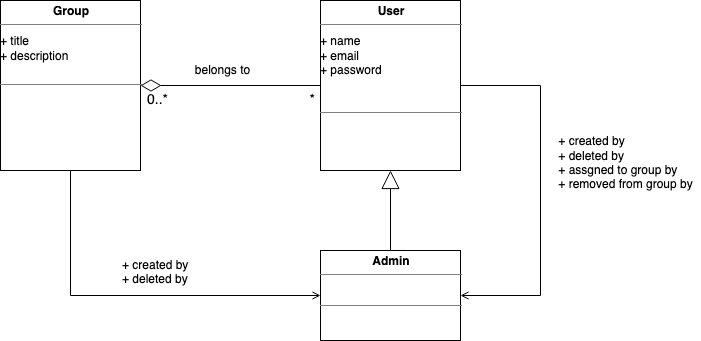
rihardsgrig/user_management_api keeps this draw.io diagram as docs/Domain_model.png. Above is the earlier version. Source tidied: cells renumbered, new cells last; positions are measured from the earlier drawing's top-left corner, leaving out a move shared by most shapes. Its diagram source:
```xml
<mxGraphModel>
  <root>
    <mxCell id="0" style="html=1;" />
    <mxCell id="1" style="html=1;" parent="0" />
    <mxCell id="2" value="&lt;p style=&quot;margin: 0px ; margin-top: 4px ; text-align: center&quot;&gt;&lt;b&gt;Group&lt;/b&gt;&lt;br&gt;&lt;/p&gt;&lt;hr size=&quot;1&quot;&gt;&lt;div style=&quot;height: 2px&quot;&gt;&lt;br&gt;&lt;/div&gt;&lt;div&gt;+ title&lt;/div&gt;&lt;div&gt;+ description&lt;/div&gt;&lt;div&gt;&lt;br&gt;&lt;/div&gt;&lt;hr size=&quot;1&quot;&gt;&lt;div style=&quot;height: 2px&quot;&gt;&lt;/div&gt;" style="verticalAlign=top;align=left;overflow=fill;fontSize=12;fontFamily=Helvetica;html=1;" parent="1" vertex="1">
      <mxGeometry width="140" height="170" as="geometry" />
    </mxCell>
    <mxCell id="3" style="endArrow=none;html=1;endSize=12;startArrow=diamondThin;startSize=18;startFill=0;edgeStyle=orthogonalEdgeStyle;entryX=0;entryY=0.5;entryDx=0;entryDy=0;exitX=1;exitY=0.5;exitDx=0;exitDy=0;endFill=0;fontSize=16;horizontal=0;" parent="1" edge="1" source="2" target="6">
      <mxGeometry relative="1" as="geometry" />
    </mxCell>
    <mxCell id="4" value="0..*" style="html=1;align=left;verticalAlign=top;labelBackgroundColor=#ffffff;fontSize=14;spacingLeft=5;" parent="3" vertex="1">
      <mxGeometry x="-1" relative="1" as="geometry" />
    </mxCell>
    <mxCell id="5" value="*" style="html=1;align=right;verticalAlign=top;labelBackgroundColor=#ffffff;fontSize=14;spacingRight=5;" parent="3" vertex="1">
      <mxGeometry x="1" relative="1" as="geometry" />
    </mxCell>
    <mxCell id="6" value="&lt;p style=&quot;margin: 0px ; margin-top: 4px ; text-align: center&quot;&gt;&lt;b&gt;User&lt;/b&gt;&lt;br&gt;&lt;/p&gt;&lt;hr size=&quot;1&quot;&gt;&lt;div style=&quot;height: 2px&quot;&gt;&lt;br&gt;&lt;/div&gt;&lt;div&gt;+ name&lt;br&gt;&lt;/div&gt;&lt;div&gt;+ email&lt;/div&gt;&lt;div&gt;+ password&lt;/div&gt;&lt;div&gt;&lt;br&gt;&lt;/div&gt;&lt;div&gt;&lt;br&gt;&lt;/div&gt;&lt;hr size=&quot;1&quot;&gt;&lt;div style=&quot;height: 2px&quot;&gt;&lt;/div&gt;" style="verticalAlign=top;align=left;overflow=fill;fontSize=12;fontFamily=Helvetica;html=1;" parent="1" vertex="1">
      <mxGeometry x="320" width="140" height="170" as="geometry" />
    </mxCell>
    <mxCell id="7" value="belongs to" style="text;html=1;align=center;verticalAlign=middle;fontSize=12;" parent="1" vertex="1">
      <mxGeometry x="186.8" y="60" width="70" height="20" as="geometry" />
    </mxCell>
    <mxCell id="8" style="endArrow=block;endSize=16;endFill=0;html=1;fontSize=12;entryX=0.5;entryY=1;entryDx=0;entryDy=0;exitX=0.5;exitY=0;exitDx=0;exitDy=0;edgeStyle=orthogonalEdgeStyle;rounded=0;" parent="1" edge="1" source="9" target="6">
      <mxGeometry relative="1" as="geometry" />
    </mxCell>
    <mxCell id="9" value="&lt;p style=&quot;margin: 0px ; margin-top: 4px ; text-align: center&quot;&gt;&lt;b&gt;Admin&lt;/b&gt;&lt;br&gt;&lt;/p&gt;&lt;hr size=&quot;1&quot;&gt;&lt;div style=&quot;height: 2px&quot;&gt;&lt;br&gt;&lt;/div&gt;&lt;div&gt;&lt;br&gt;&lt;/div&gt;&lt;hr size=&quot;1&quot;&gt;&lt;div style=&quot;height: 2px&quot;&gt;&lt;/div&gt;" style="verticalAlign=top;align=left;overflow=fill;fontSize=12;fontFamily=Helvetica;html=1;" parent="1" vertex="1">
      <mxGeometry x="320" y="250" width="140" height="90" as="geometry" />
    </mxCell>
    <mxCell id="10" style="endArrow=none;endFill=0;html=1;edgeStyle=orthogonalEdgeStyle;align=left;verticalAlign=top;fontSize=12;entryX=1;entryY=0.5;entryDx=0;entryDy=0;exitX=1;exitY=0.5;exitDx=0;exitDy=0;startArrow=open;startFill=0;rounded=0;" parent="1" edge="1" source="9" target="6">
      <mxGeometry x="-1" relative="1" as="geometry">
        <Array as="points">
          <mxPoint x="540" y="295" />
          <mxPoint x="540" y="85" />
        </Array>
      </mxGeometry>
    </mxCell>
    <mxCell id="11" value="&lt;div align=&quot;left&quot;&gt;+ created by&lt;br&gt;&lt;/div&gt;&lt;div align=&quot;left&quot;&gt;+ deleted by&lt;br&gt;&lt;/div&gt;&lt;div align=&quot;left&quot;&gt;+ assgned to group by&lt;br&gt;&lt;/div&gt;&lt;div align=&quot;left&quot;&gt;+ removed from group by&lt;br&gt;&lt;/div&gt;&lt;div&gt;&lt;br&gt;&lt;/div&gt;" style="text;html=1;align=center;verticalAlign=middle;fontSize=12;" parent="1" vertex="1">
      <mxGeometry x="550" y="130" width="150" height="80" as="geometry" />
    </mxCell>
    <mxCell id="12" style="endArrow=none;endFill=0;html=1;edgeStyle=orthogonalEdgeStyle;align=left;verticalAlign=top;fontSize=12;entryX=0.5;entryY=1;entryDx=0;entryDy=0;exitX=0;exitY=0.5;exitDx=0;exitDy=0;startArrow=open;startFill=0;rounded=0;" parent="1" edge="1" source="9" target="2">
      <mxGeometry x="-1" relative="1" as="geometry">
        <Array as="points">
          <mxPoint x="70" y="295" />
        </Array>
      </mxGeometry>
    </mxCell>
    <mxCell id="13" value="&lt;div&gt;+ created by&lt;/div&gt;&lt;div&gt;+ deleted by&lt;br&gt;&lt;/div&gt;" style="text;html=1;align=left;verticalAlign=middle;fontSize=12;" parent="1" vertex="1">
      <mxGeometry x="120" y="257" width="80" height="30" as="geometry" />
    </mxCell>
  </root>
</mxGraphModel>
```
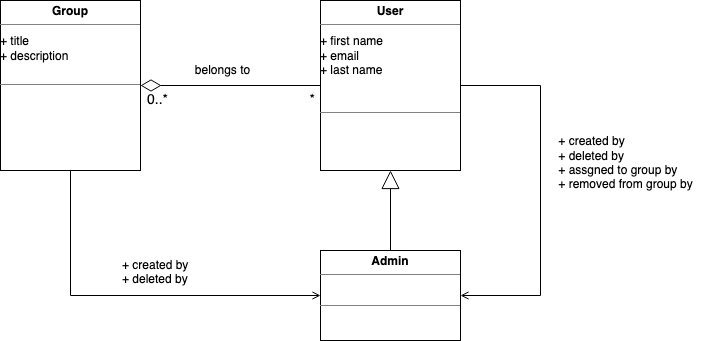
Later version of the same file.

Diff of the diagram source:
```diff
@@ -14,7 +14,7 @@
     <mxCell id="5" value="*" style="html=1;align=right;verticalAlign=top;labelBackgroundColor=#ffffff;fontSize=14;spacingRight=5;" parent="3" vertex="1">
       <mxGeometry x="1" relative="1" as="geometry" />
     </mxCell>
-    <mxCell id="6" value="&lt;p style=&quot;margin: 0px ; margin-top: 4px ; text-align: center&quot;&gt;&lt;b&gt;User&lt;/b&gt;&lt;br&gt;&lt;/p&gt;&lt;hr size=&quot;1&quot;&gt;&lt;div style=&quot;height: 2px&quot;&gt;&lt;br&gt;&lt;/div&gt;&lt;div&gt;+ name&lt;br&gt;&lt;/div&gt;&lt;div&gt;+ email&lt;/div&gt;&lt;div&gt;+ password&lt;/div&gt;&lt;div&gt;&lt;br&gt;&lt;/div&gt;&lt;div&gt;&lt;br&gt;&lt;/div&gt;&lt;hr size=&quot;1&quot;&gt;&lt;div style=&quot;height: 2px&quot;&gt;&lt;/div&gt;" style="verticalAlign=top;align=left;overflow=fill;fontSize=12;fontFamily=Helvetica;html=1;" parent="1" vertex="1">
+    <mxCell id="6" value="&lt;p style=&quot;margin: 0px ; margin-top: 4px ; text-align: center&quot;&gt;&lt;b&gt;User&lt;/b&gt;&lt;br&gt;&lt;/p&gt;&lt;hr size=&quot;1&quot;&gt;&lt;div style=&quot;height: 2px&quot;&gt;&lt;br&gt;&lt;/div&gt;&lt;div&gt;+ first name&lt;br&gt;&lt;/div&gt;&lt;div&gt;+ email&lt;/div&gt;&lt;div&gt;+ last name&lt;br&gt;&lt;/div&gt;&lt;div&gt;&lt;br&gt;&lt;/div&gt;&lt;div&gt;&lt;br&gt;&lt;/div&gt;&lt;hr size=&quot;1&quot;&gt;&lt;div style=&quot;height: 2px&quot;&gt;&lt;/div&gt;" style="verticalAlign=top;align=left;overflow=fill;fontSize=12;fontFamily=Helvetica;html=1;" parent="1" vertex="1">
       <mxGeometry x="320" width="140" height="170" as="geometry" />
     </mxCell>
     <mxCell id="7" value="belongs to" style="text;html=1;align=center;verticalAlign=middle;fontSize=12;" parent="1" vertex="1">
```
